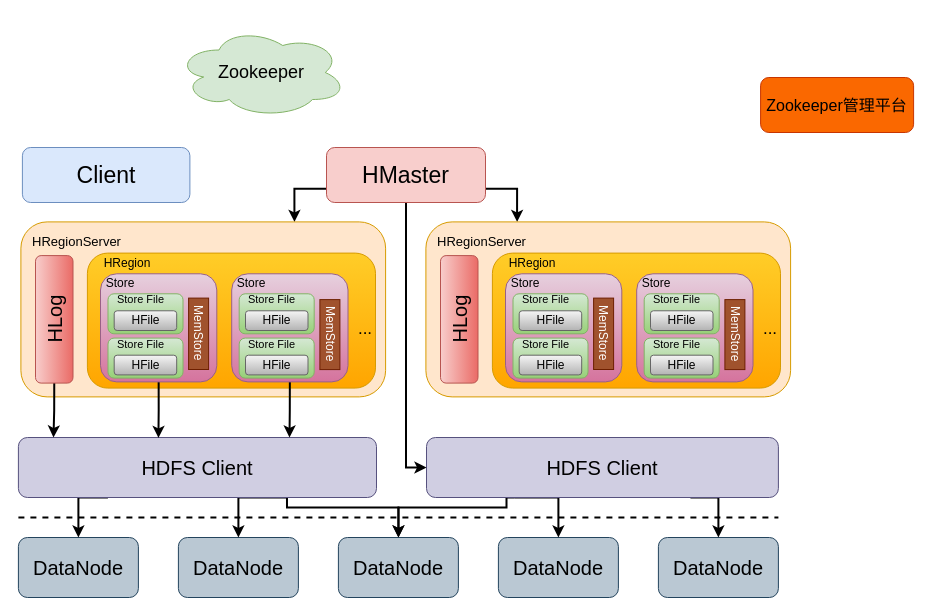
The draw.io diagram 未命名绘图.drawio in Life-Cycle/xixi, before the edit. Source tidied: cells renumbered, new cells numbered last; positions are measured from the earlier drawing's top-left corner, leaving out a move shared by most shapes. Both pictures are drawn from the tidied source at 100%, with x=0, y=0 at pixel (-10, 27).
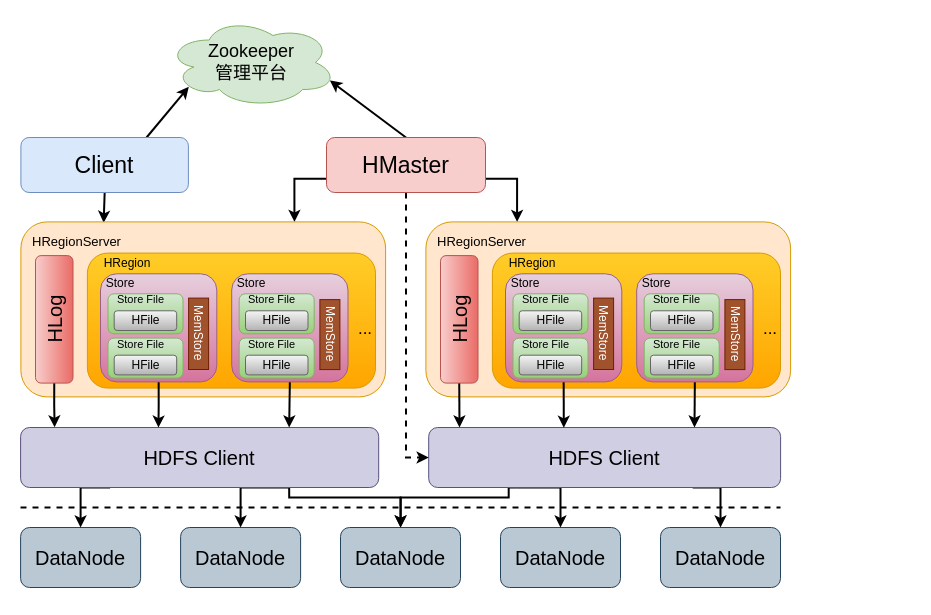
After the change.

Commit message (it also covers changes not shown here):
更新未命名绘图.drawio

Unchanged cells that the change refers to:
```xml
<mxCell id="23" value="&lt;span style=&quot;font-size: 20px&quot;&gt;HLog&lt;/span&gt;" style="rounded=1;whiteSpace=wrap;html=1;rotation=-90;fillColor=#f8cecc;strokeColor=#b85450;gradientColor=#ea6b66;" parent="1" vertex="1">
  <mxGeometry x="405" y="273.1" width="127.5" height="37.5" as="geometry" />
</mxCell>
<mxCell id="28" style="rounded=1;whiteSpace=wrap;html=1;gradientColor=#d5739d;fillColor=#e6d0de;strokeColor=#996185;" parent="1" vertex="1">
  <mxGeometry x="646.2" y="246.3" width="116.3" height="108.1" as="geometry" />
</mxCell>
<mxCell id="38" style="rounded=1;whiteSpace=wrap;html=1;gradientColor=#d5739d;fillColor=#e6d0de;strokeColor=#996185;" parent="1" vertex="1">
  <mxGeometry x="515" y="246.3" width="116.3" height="108.1" as="geometry" />
</mxCell>
<mxCell id="48" style="rounded=1;whiteSpace=wrap;html=1;fillColor=#ffe6cc;strokeColor=#d79b00;" parent="1" vertex="1">
  <mxGeometry x="30.4" y="194.4" width="364.7" height="175" as="geometry" />
</mxCell>
<mxCell id="50" value="&lt;span style=&quot;font-size: 20px&quot;&gt;HLog&lt;/span&gt;" style="rounded=1;whiteSpace=wrap;html=1;rotation=-90;fillColor=#f8cecc;strokeColor=#b85450;gradientColor=#ea6b66;" parent="1" vertex="1">
  <mxGeometry y="273.1" width="127.5" height="37.5" as="geometry" />
</mxCell>
<mxCell id="56" style="rounded=1;whiteSpace=wrap;html=1;gradientColor=#d5739d;fillColor=#e6d0de;strokeColor=#996185;" parent="1" vertex="1">
  <mxGeometry x="241.2" y="246.3" width="116.3" height="108.1" as="geometry" />
</mxCell>
<mxCell id="67" style="rounded=1;whiteSpace=wrap;html=1;gradientColor=#d5739d;fillColor=#e6d0de;strokeColor=#996185;" parent="1" vertex="1">
  <mxGeometry x="110" y="246.3" width="116.3" height="108.1" as="geometry" />
</mxCell>
```

What changed in the source:
```diff
@@
     <mxCell id="2" style="endArrow=none;dashed=1;html=1;strokeWidth=2;" parent="1" edge="1">
       <mxGeometry relative="1" as="geometry">
-        <mxPoint x="27.9" y="490" as="sourcePoint" />
-        <mxPoint x="787.9" y="490" as="targetPoint" />
+        <mxPoint x="30" y="480" as="sourcePoint" />
+        <mxPoint x="790" y="480" as="targetPoint" />
       </mxGeometry>
     </mxCell>
     <mxCell id="3" value="&lt;font style=&quot;font-size: 20px&quot;&gt;DataNode&lt;/font&gt;" style="rounded=1;whiteSpace=wrap;html=1;fillColor=#bac8d3;strokeColor=#23445d;" parent="1" vertex="1">
-      <mxGeometry x="27.9" y="510" width="120" height="60" as="geometry" />
+      <mxGeometry x="30.1" y="500" width="120" height="60" as="geometry" />
     </mxCell>
     <mxCell id="4" value="&lt;font style=&quot;font-size: 20px&quot;&gt;DataNode&lt;/font&gt;" style="rounded=1;whiteSpace=wrap;html=1;fillColor=#bac8d3;strokeColor=#23445d;" parent="1" vertex="1">
-      <mxGeometry x="187.9" y="510" width="120" height="60" as="geometry" />
+      <mxGeometry x="190.1" y="500" width="120" height="60" as="geometry" />
     </mxCell>
     <mxCell id="5" value="&lt;font style=&quot;font-size: 20px&quot;&gt;DataNode&lt;/font&gt;" style="rounded=1;whiteSpace=wrap;html=1;fillColor=#bac8d3;strokeColor=#23445d;" parent="1" vertex="1">
-      <mxGeometry x="507.9" y="510" width="120" height="60" as="geometry" />
+      <mxGeometry x="510" y="500" width="120" height="60" as="geometry" />
     </mxCell>
     <mxCell id="6" value="&lt;font style=&quot;font-size: 20px&quot;&gt;DataNode&lt;/font&gt;" style="rounded=1;whiteSpace=wrap;html=1;fillColor=#bac8d3;strokeColor=#23445d;" parent="1" vertex="1">
-      <mxGeometry x="667.9" y="510" width="120" height="60" as="geometry" />
+      <mxGeometry x="670" y="500" width="120" height="60" as="geometry" />
     </mxCell>
     <mxCell id="7" style="edgeStyle=orthogonalEdgeStyle;rounded=0;jettySize=auto;html=1;exitX=0.25;exitY=1;exitDx=0;exitDy=0;entryX=0.5;entryY=0;entryDx=0;entryDy=0;strokeWidth=2;" parent="1" edge="1" source="10" target="3">
       <mxGeometry relative="1" as="geometry">
         <Array as="points">
-          <mxPoint x="87.9" y="470" />
+          <mxPoint x="90.1" y="460" />
         </Array>
       </mxGeometry>
     </mxCell>
     <mxCell id="8" style="edgeStyle=orthogonalEdgeStyle;rounded=0;jettySize=auto;html=1;exitX=0.75;exitY=1;exitDx=0;exitDy=0;entryX=0.5;entryY=0;entryDx=0;entryDy=0;strokeWidth=2;" parent="1" edge="1" source="10" target="4">
       <mxGeometry relative="1" as="geometry">
         <Array as="points">
-          <mxPoint x="247.9" y="470" />
+          <mxPoint x="250" y="460" />
         </Array>
       </mxGeometry>
     </mxCell>
     <mxCell id="9" style="edgeStyle=orthogonalEdgeStyle;rounded=0;jettySize=auto;html=1;exitX=0.75;exitY=1;exitDx=0;exitDy=0;entryX=0.5;entryY=0;entryDx=0;entryDy=0;strokeWidth=2;" parent="1" edge="1" source="10" target="11">
       <mxGeometry relative="1" as="geometry">
         <Array as="points">
-          <mxPoint x="296" y="480" />
-          <mxPoint x="408" y="480" />
+          <mxPoint x="298.2" y="470" />
+          <mxPoint x="410.2" y="470" />
         </Array>
       </mxGeometry>
     </mxCell>
     <mxCell id="10" value="&lt;font style=&quot;font-size: 20px&quot;&gt;HDFS Client&lt;/font&gt;" style="rounded=1;whiteSpace=wrap;html=1;fillColor=#d0cee2;strokeColor=#56517e;" parent="1" vertex="1">
-      <mxGeometry x="27.9" y="410" width="358.1" height="60" as="geometry" />
+      <mxGeometry x="30.1" y="400" width="358.1" height="60" as="geometry" />
     </mxCell>
     <mxCell id="11" value="&lt;font style=&quot;font-size: 20px&quot;&gt;DataNode&lt;/font&gt;" style="rounded=1;whiteSpace=wrap;html=1;fillColor=#bac8d3;strokeColor=#23445d;" parent="1" vertex="1">
-      <mxGeometry x="347.9" y="510" width="120" height="60" as="geometry" />
+      <mxGeometry x="350" y="500" width="120" height="60" as="geometry" />
     </mxCell>
     <mxCell id="12" style="edgeStyle=orthogonalEdgeStyle;rounded=0;jettySize=auto;html=1;exitX=0.25;exitY=1;exitDx=0;exitDy=0;strokeWidth=2;" parent="1" edge="1" source="15" target="5">
       <mxGeometry relative="1" as="geometry">
         <Array as="points">
-          <mxPoint x="567.9" y="470" />
+          <mxPoint x="570" y="460" />
         </Array>
       </mxGeometry>
     </mxCell>
     <mxCell id="13" style="edgeStyle=orthogonalEdgeStyle;rounded=0;jettySize=auto;html=1;exitX=0.75;exitY=1;exitDx=0;exitDy=0;entryX=0.5;entryY=0;entryDx=0;entryDy=0;strokeWidth=2;" parent="1" edge="1" source="15" target="6">
       <mxGeometry relative="1" as="geometry">
         <Array as="points">
-          <mxPoint x="727.9" y="470" />
+          <mxPoint x="730" y="460" />
         </Array>
       </mxGeometry>
     </mxCell>
     <mxCell id="14" style="edgeStyle=orthogonalEdgeStyle;rounded=0;jettySize=auto;html=1;exitX=0.25;exitY=1;exitDx=0;exitDy=0;strokeWidth=2;" parent="1" edge="1" source="15" target="11">
       <mxGeometry relative="1" as="geometry">
         <Array as="points">
-          <mxPoint x="516" y="480" />
-          <mxPoint x="408" y="480" />
+          <mxPoint x="518.2" y="470" />
+          <mxPoint x="410.2" y="470" />
         </Array>
       </mxGeometry>
     </mxCell>
     <mxCell id="15" value="&lt;font style=&quot;font-size: 20px&quot;&gt;HDFS Client&lt;/font&gt;" style="rounded=1;whiteSpace=wrap;html=1;fillColor=#d0cee2;strokeColor=#56517e;" parent="1" vertex="1">
-      <mxGeometry x="436" y="410" width="351.9" height="60" as="geometry" />
+      <mxGeometry x="438.2" y="400" width="351.9" height="60" as="geometry" />
     </mxCell>
-    <mxCell id="16" value="&lt;font style=&quot;font-size: 16px&quot;&gt;Zookeeper管理平台&lt;br&gt;&lt;/font&gt;" style="rounded=1;whiteSpace=wrap;html=1;fillColor=#fa6800;strokeColor=#C73500;fontColor=#000000;" parent="1" vertex="1">
-      <mxGeometry x="770.1" y="50" width="153" height="55" as="geometry" />
-    </mxCell>
-    <mxCell id="17" style="edgeStyle=orthogonalEdgeStyle;rounded=0;jettySize=auto;html=1;exitX=0.5;exitY=1;exitDx=0;exitDy=0;entryX=0;entryY=0.5;entryDx=0;entryDy=0;strokeWidth=2;" parent="1" edge="1" source="20" target="15">
+    <mxCell id="17" style="edgeStyle=orthogonalEdgeStyle;rounded=0;jettySize=auto;html=1;exitX=0.5;exitY=1;exitDx=0;exitDy=0;entryX=0;entryY=0.5;entryDx=0;entryDy=0;strokeWidth=2;dashed=1;" parent="1" edge="1" source="20" target="15">
       <mxGeometry relative="1" as="geometry" />
     </mxCell>
@@
+    <mxCell id="78" style="edgeStyle=none;rounded=0;jettySize=auto;html=1;exitX=0.5;exitY=0;exitDx=0;exitDy=0;entryX=0.96;entryY=0.7;entryDx=0;entryDy=0;entryPerimeter=0;fontSize=18;strokeWidth=2;" parent="1" edge="1" source="20" target="77">
+      <mxGeometry relative="1" as="geometry" />
+    </mxCell>
     <mxCell id="20" value="&lt;font style=&quot;font-size: 23px&quot;&gt;HMaster&lt;/font&gt;" style="rounded=1;whiteSpace=wrap;html=1;fillColor=#f8cecc;strokeColor=#b85450;" parent="1" vertex="1">
-      <mxGeometry x="336" y="120" width="159" height="55" as="geometry" />
+      <mxGeometry x="336" y="110" width="159" height="55" as="geometry" />
     </mxCell>
+    <mxCell id="79" style="edgeStyle=orthogonalEdgeStyle;rounded=0;jettySize=auto;html=1;exitX=0.5;exitY=1;exitDx=0;exitDy=0;entryX=0.227;entryY=0.005;entryDx=0;entryDy=0;entryPerimeter=0;fontSize=18;strokeWidth=2;" parent="1" edge="1" source="21" target="48">
+      <mxGeometry relative="1" as="geometry" />
+    </mxCell>
+    <mxCell id="80" style="rounded=0;jettySize=auto;html=1;exitX=0.75;exitY=0;exitDx=0;exitDy=0;entryX=0.13;entryY=0.77;entryDx=0;entryDy=0;entryPerimeter=0;fontSize=18;strokeWidth=2;" parent="1" edge="1" source="21" target="77">
+      <mxGeometry relative="1" as="geometry" />
+    </mxCell>
     <mxCell id="21" value="&lt;font style=&quot;font-size: 23px&quot;&gt;Client&lt;/font&gt;" style="rounded=1;whiteSpace=wrap;html=1;fillColor=#dae8fc;strokeColor=#6c8ebf;" parent="1" vertex="1">
-      <mxGeometry x="31.9" y="120" width="167.5" height="55" as="geometry" />
+      <mxGeometry x="30.4" y="110" width="167.5" height="55" as="geometry" />
     </mxCell>
@@
+    <mxCell id="81" style="edgeStyle=none;rounded=0;jettySize=auto;html=1;exitX=0;exitY=0.5;exitDx=0;exitDy=0;fontSize=18;strokeWidth=2;" parent="1" edge="1" source="23">
+      <mxGeometry relative="1" as="geometry">
+        <mxPoint x="469" y="400" as="targetPoint" />
+      </mxGeometry>
+    </mxCell>
@@
+    <mxCell id="82" style="edgeStyle=none;rounded=0;jettySize=auto;html=1;exitX=0.5;exitY=1;exitDx=0;exitDy=0;fontSize=18;strokeWidth=2;" parent="1" edge="1" source="28">
+      <mxGeometry relative="1" as="geometry">
+        <mxPoint x="704" y="400" as="targetPoint" />
+      </mxGeometry>
+    </mxCell>
@@
+    <mxCell id="83" style="edgeStyle=none;rounded=0;jettySize=auto;html=1;exitX=0.5;exitY=1;exitDx=0;exitDy=0;entryX=0.384;entryY=0.005;entryDx=0;entryDy=0;entryPerimeter=0;fontSize=18;strokeWidth=2;" parent="1" edge="1" source="38" target="15">
+      <mxGeometry relative="1" as="geometry" />
+    </mxCell>
@@
-    <mxCell id="49" style="edgeStyle=orthogonalEdgeStyle;rounded=0;jettySize=auto;html=1;exitX=0;exitY=0.5;exitDx=0;exitDy=0;strokeWidth=2;" parent="1" edge="1" source="50">
-      <mxGeometry relative="1" as="geometry">
-        <mxPoint x="63" y="410" as="targetPoint" />
-      </mxGeometry>
-    </mxCell>
+    <mxCell id="84" style="edgeStyle=orthogonalEdgeStyle;rounded=0;jettySize=auto;html=1;exitX=0;exitY=0.5;exitDx=0;exitDy=0;entryX=0.095;entryY=-0.004;entryDx=0;entryDy=0;entryPerimeter=0;fontSize=18;strokeWidth=2;" parent="1" edge="1" source="50" target="10">
+      <mxGeometry relative="1" as="geometry" />
+    </mxCell>
@@
-    <mxCell id="55" style="edgeStyle=orthogonalEdgeStyle;rounded=0;jettySize=auto;html=1;exitX=0.5;exitY=1;exitDx=0;exitDy=0;strokeWidth=2;" parent="1" edge="1" source="56">
-      <mxGeometry relative="1" as="geometry">
-        <mxPoint x="299" y="410" as="targetPoint" />
-      </mxGeometry>
-    </mxCell>
+    <mxCell id="85" style="edgeStyle=none;rounded=0;jettySize=auto;html=1;exitX=0.5;exitY=1;exitDx=0;exitDy=0;entryX=0.75;entryY=0;entryDx=0;entryDy=0;fontSize=18;strokeWidth=2;" parent="1" edge="1" source="56" target="10">
+      <mxGeometry relative="1" as="geometry" />
+    </mxCell>
@@
-    <mxCell id="66" style="edgeStyle=orthogonalEdgeStyle;rounded=0;jettySize=auto;html=1;exitX=0.5;exitY=1;exitDx=0;exitDy=0;entryX=0.391;entryY=0.007;entryDx=0;entryDy=0;entryPerimeter=0;strokeWidth=2;" parent="1" edge="1" source="67" target="10">
+    <mxCell id="66" style="edgeStyle=orthogonalEdgeStyle;rounded=0;jettySize=auto;html=1;exitX=0.5;exitY=1;exitDx=0;exitDy=0;entryX=0.385;entryY=0.001;entryDx=0;entryDy=0;entryPerimeter=0;fontSize=18;strokeWidth=2;" parent="1" edge="1" source="67" target="10">
       <mxGeometry relative="1" as="geometry" />
     </mxCell>
@@
-    <mxCell id="77" value="&lt;font style=&quot;font-size: 18px&quot;&gt;Zookeeper&lt;/font&gt;" style="ellipse;shape=cloud;whiteSpace=wrap;html=1;fillColor=#d5e8d4;strokeColor=#82b366;" parent="1" vertex="1">
-      <mxGeometry x="186" width="170" height="90" as="geometry" />
+    <mxCell id="77" value="&lt;font style=&quot;font-size: 18px&quot;&gt;Zookeeper&lt;br&gt;管理平台&lt;/font&gt;" style="ellipse;shape=cloud;whiteSpace=wrap;html=1;fillColor=#d5e8d4;strokeColor=#82b366;" parent="1" vertex="1">
+      <mxGeometry x="176.2" y="-10" width="170" height="90" as="geometry" />
     </mxCell>
```
